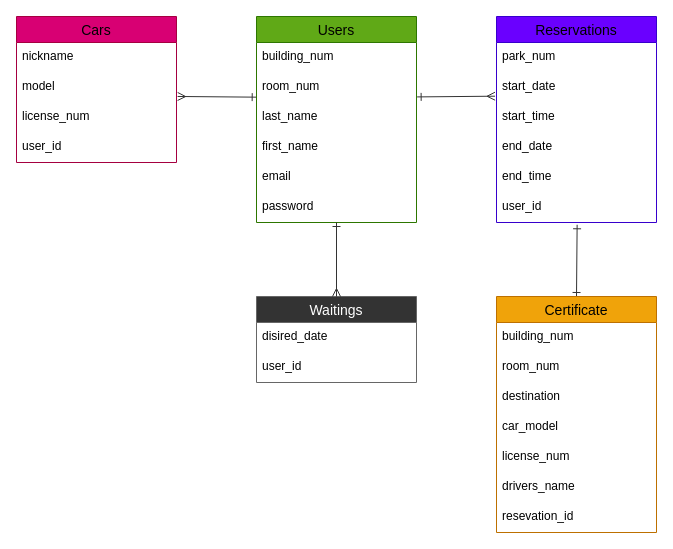
Before: ER.drawio in hedgehog248/parking-reserve, a draw.io diagram. Source tidied: cells renumbered, new cells numbered last; positions are measured from the earlier drawing's top-left corner, leaving out a move shared by most shapes. Both pictures are drawn from the tidied source at 100%, with x=0, y=0 at pixel (16, 16).
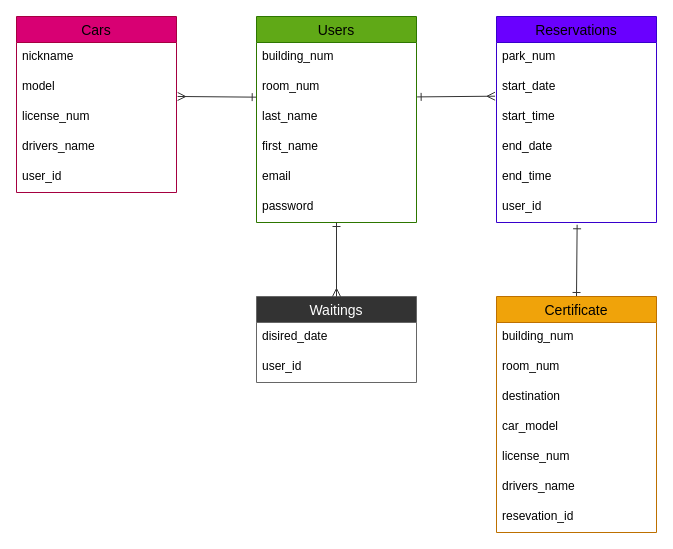
The same page after the edit.

Commit message (it also covers changes not shown here):
readmeの編集とER図の修正

Change to the diagram source:
```diff
@@
     <mxCell id="18" value="Cars" style="swimlane;fontStyle=0;horizontal=1;startSize=26;align=center;fontSize=14;fillColor=#d80073;fontColor=#000000;strokeColor=#A50040;shadow=0;labelBorderColor=none;labelBackgroundColor=none;rounded=0;" parent="1" vertex="1">
-      <mxGeometry width="160" height="146" as="geometry" />
+      <mxGeometry width="160" height="176" as="geometry" />
     </mxCell>
@@
+    <mxCell id="36" value="license_num" style="text;strokeColor=none;fillColor=none;spacingLeft=4;spacingRight=4;overflow=hidden;fontSize=12;shadow=0;labelBorderColor=none;labelBackgroundColor=none;fontColor=#000000;rounded=0;" parent="18" vertex="1">
+      <mxGeometry y="86" width="160" height="30" as="geometry" />
+    </mxCell>
-    <mxCell id="21" value="license_num" style="text;strokeColor=none;fillColor=none;spacingLeft=4;spacingRight=4;overflow=hidden;fontSize=12;shadow=0;labelBorderColor=none;labelBackgroundColor=none;fontColor=#000000;rounded=0;" parent="18" vertex="1">
-      <mxGeometry y="86" width="160" height="30" as="geometry" />
+    <mxCell id="21" value="drivers_name" style="text;strokeColor=none;fillColor=none;spacingLeft=4;spacingRight=4;overflow=hidden;fontSize=12;shadow=0;labelBorderColor=none;labelBackgroundColor=none;fontColor=#000000;rounded=0;" parent="18" vertex="1">
+      <mxGeometry y="116" width="160" height="30" as="geometry" />
     </mxCell>
     <mxCell id="22" value="user_id" style="text;strokeColor=none;fillColor=none;spacingLeft=4;spacingRight=4;overflow=hidden;fontSize=12;shadow=0;labelBorderColor=none;labelBackgroundColor=none;fontColor=#000000;rounded=0;" parent="18" vertex="1">
-      <mxGeometry y="116" width="160" height="30" as="geometry" />
+      <mxGeometry y="146" width="160" height="30" as="geometry" />
     </mxCell>
```
